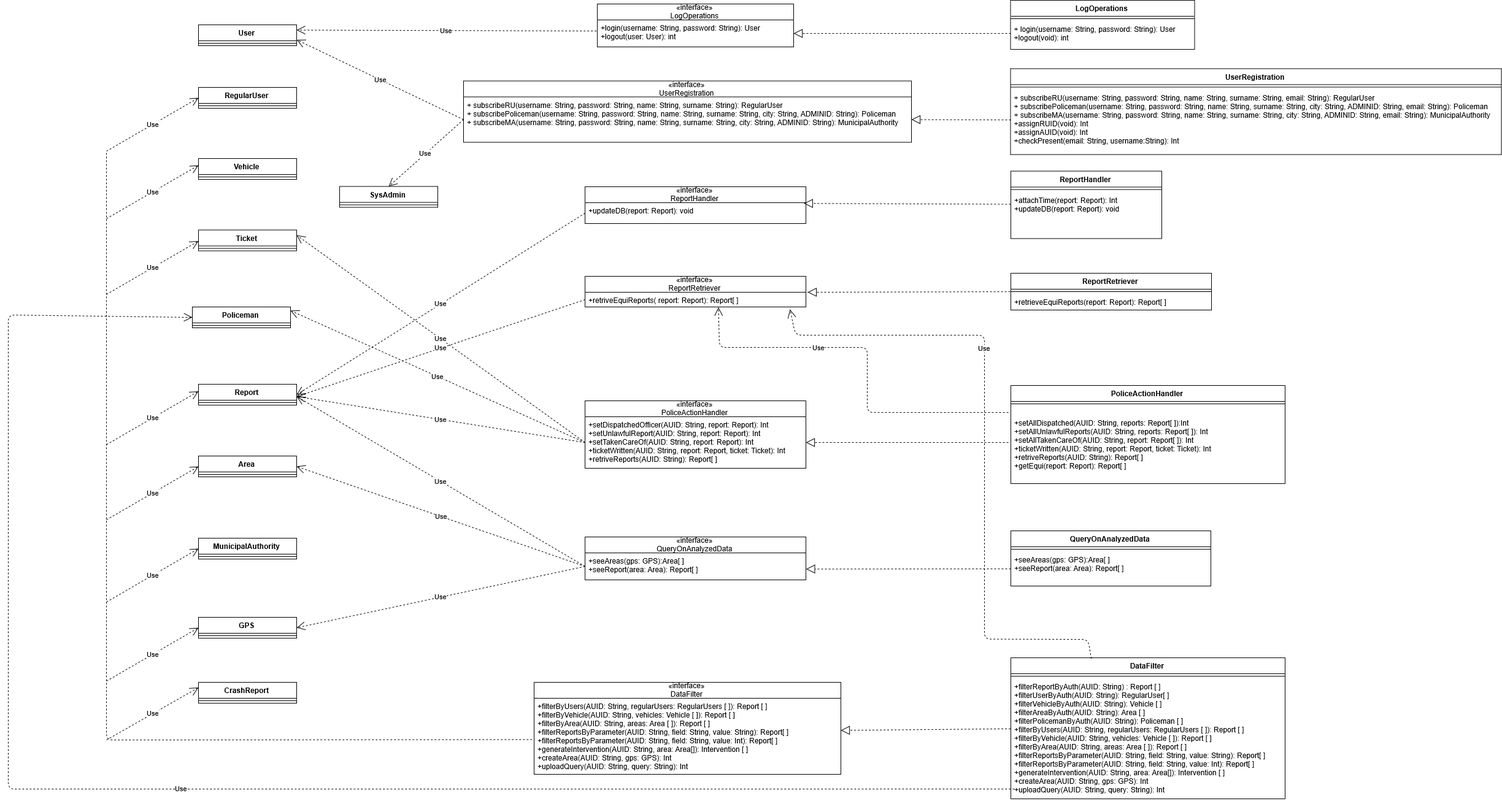
Earlier version of the draw.io export DD/Images/component_class_relation.png (fafrullo2/PanzeriPeruginiPipita). Source tidied: cells renumbered, new cells last; positions are measured from the earlier drawing's top-left corner, leaving out a move shared by most shapes.
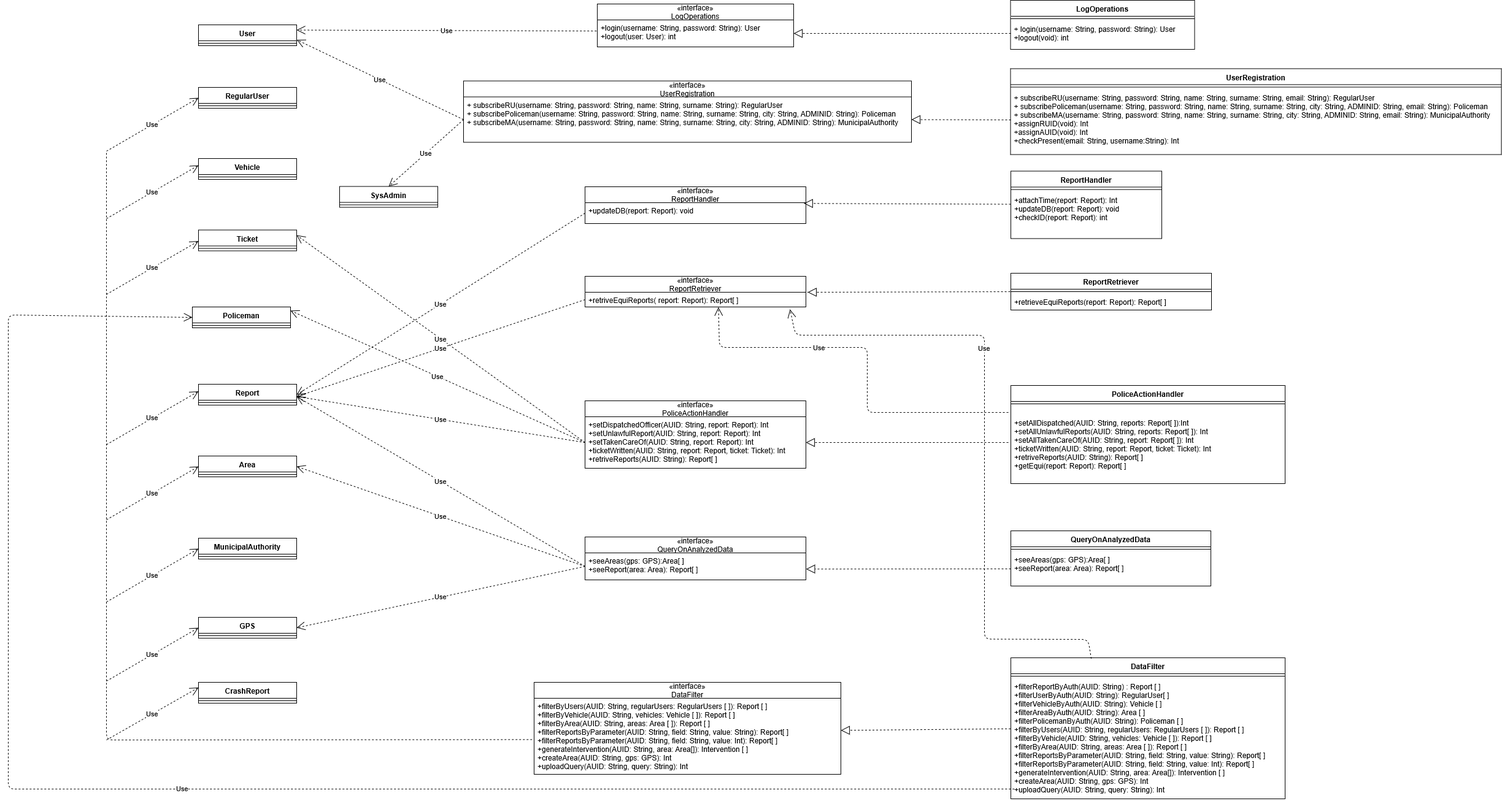
Above is the later version.

Diff of the diagram source:
```diff
@@ -50,7 +50,7 @@
     <mxCell id="17" style="line;strokeWidth=1;fillColor=none;align=left;verticalAlign=middle;spacingTop=-1;spacingLeft=3;spacingRight=3;labelPosition=right;" parent="16" vertex="1">
       <mxGeometry y="26" width="246" height="8" as="geometry" />
     </mxCell>
-    <mxCell id="18" value="+attachTime(report: Report): Int&#10;+updateDB(report: Report): void" style="text;strokeColor=none;fillColor=none;align=left;verticalAlign=top;spacingLeft=4;spacingRight=4;overflow=hidden;points=[[0,0.5],[1,0.5]];portConstraint=eastwest;" parent="16" vertex="1">
+    <mxCell id="18" value="+attachTime(report: Report): Int&#10;+updateDB(report: Report): void&#10;+checkID(report: Report): int" style="text;strokeColor=none;fillColor=none;align=left;verticalAlign=top;spacingLeft=4;spacingRight=4;overflow=hidden;points=[[0,0.5],[1,0.5]];portConstraint=eastwest;" parent="16" vertex="1">
       <mxGeometry y="34" width="246" height="76" as="geometry" />
     </mxCell>
     <mxCell id="19" value="ReportRetriever" style="swimlane;fontStyle=1;align=center;verticalAlign=top;horizontal=1;startSize=26;" parent="1" vertex="1">
```
